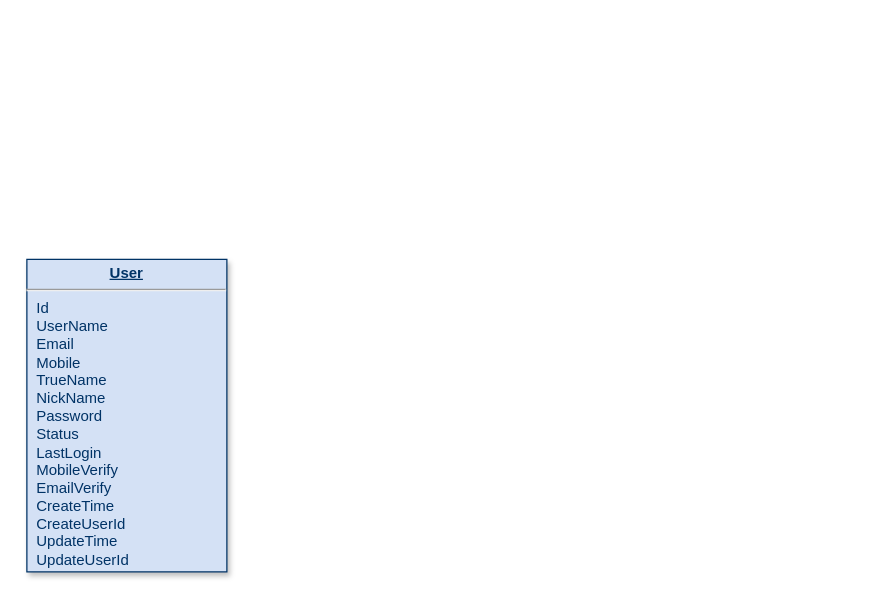
This is 权限类图.drawio from khhily/diagrams, a draw.io file, before an edit. Source tidied: cells renumbered, new cells numbered last; positions are measured from the earlier drawing's top-left corner, leaving out a move shared by most shapes. Both pictures are drawn from the tidied source at 125%, with x=0, y=0 at pixel (26, 259).
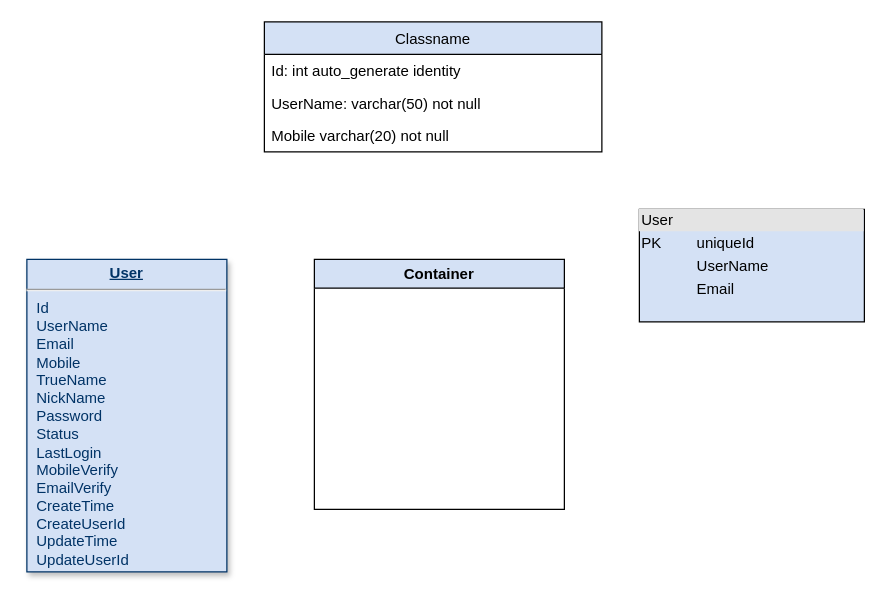
Above is the later version.

Commit message:
更新权限类图.drawio

What changed in the source:
```diff
@@
 <mxGraphModel background="#ffffff">
   <root>
     <mxCell id="0" />
     <mxCell id="1" parent="0" />
     <mxCell id="2" value="&lt;p style=&quot;margin: 0px ; margin-top: 4px ; text-align: center ; text-decoration: underline&quot;&gt;&lt;strong&gt;User&lt;/strong&gt;&lt;/p&gt;&lt;hr&gt;&lt;p style=&quot;margin: 0px ; margin-left: 8px&quot;&gt;Id&lt;/p&gt;&lt;p style=&quot;margin: 0px ; margin-left: 8px&quot;&gt;UserName&lt;/p&gt;&lt;p style=&quot;margin: 0px ; margin-left: 8px&quot;&gt;Email&lt;/p&gt;&lt;p style=&quot;margin: 0px ; margin-left: 8px&quot;&gt;Mobile&lt;/p&gt;&lt;p style=&quot;margin: 0px ; margin-left: 8px&quot;&gt;TrueName&lt;/p&gt;&lt;p style=&quot;margin: 0px ; margin-left: 8px&quot;&gt;NickName&lt;/p&gt;&lt;p style=&quot;margin: 0px ; margin-left: 8px&quot;&gt;Password&lt;/p&gt;&lt;p style=&quot;margin: 0px ; margin-left: 8px&quot;&gt;&lt;span&gt;Status&lt;/span&gt;&lt;br&gt;&lt;/p&gt;&lt;p style=&quot;margin: 0px ; margin-left: 8px&quot;&gt;LastLogin&lt;/p&gt;&lt;p style=&quot;margin: 0px ; margin-left: 8px&quot;&gt;MobileVerify&lt;/p&gt;&lt;p style=&quot;margin: 0px ; margin-left: 8px&quot;&gt;EmailVerify&lt;/p&gt;&lt;p style=&quot;margin: 0px 0px 0px 8px&quot;&gt;CreateTime&lt;/p&gt;&lt;p style=&quot;margin: 0px 0px 0px 8px&quot;&gt;CreateUserId&lt;br&gt;&lt;/p&gt;&lt;p style=&quot;margin: 0px 0px 0px 8px&quot;&gt;UpdateTime&lt;/p&gt;&lt;p style=&quot;margin: 0px 0px 0px 8px&quot;&gt;UpdateUserId&lt;/p&gt;" style="verticalAlign=top;align=left;overflow=fill;fontSize=12;fontFamily=Helvetica;html=1;strokeColor=#003366;shadow=1;fillColor=#D4E1F5;fontColor=#003366;" parent="1" vertex="1">
       <mxGeometry width="160" height="250" as="geometry" />
     </mxCell>
+    <mxCell id="3" value="Container" style="swimlane;fillColor=#D4E1F5;" parent="1" vertex="1">
+      <mxGeometry x="230" width="200" height="200" as="geometry" />
+    </mxCell>
+    <mxCell id="4" value="Classname" style="swimlane;fontStyle=0;horizontal=1;startSize=26;fillColor=#D4E1F5;" parent="1" vertex="1">
+      <mxGeometry x="190" y="-190" width="270" height="104" as="geometry" />
+    </mxCell>
+    <mxCell id="5" value="Id: int auto_generate identity" style="text;strokeColor=none;fillColor=none;align=left;verticalAlign=top;spacingLeft=4;spacingRight=4;overflow=hidden;" parent="4" vertex="1">
+      <mxGeometry y="26" width="270" height="26" as="geometry" />
+    </mxCell>
+    <mxCell id="6" value="UserName: varchar(50) not null" style="text;strokeColor=none;fillColor=none;align=left;verticalAlign=top;spacingLeft=4;spacingRight=4;overflow=hidden;" parent="4" vertex="1">
+      <mxGeometry y="52" width="270" height="26" as="geometry" />
+    </mxCell>
+    <mxCell id="7" value="Mobile varchar(20) not null" style="text;strokeColor=none;fillColor=none;align=left;verticalAlign=top;spacingLeft=4;spacingRight=4;overflow=hidden;" parent="4" vertex="1">
+      <mxGeometry y="78" width="270" height="26" as="geometry" />
+    </mxCell>
+    <mxCell id="8" value="&lt;div style=&quot;box-sizing: border-box ; width: 100% ; background: #e4e4e4 ; padding: 2px&quot;&gt;User&lt;/div&gt;&lt;table style=&quot;width: 100% ; font-size: 1em&quot; cellpadding=&quot;2&quot; cellspacing=&quot;0&quot;&gt;&lt;tbody&gt;&lt;tr&gt;&lt;td&gt;PK&lt;/td&gt;&lt;td&gt;uniqueId&lt;/td&gt;&lt;/tr&gt;&lt;tr&gt;&lt;td&gt;&lt;br&gt;&lt;/td&gt;&lt;td&gt;UserName&lt;/td&gt;&lt;/tr&gt;&lt;tr&gt;&lt;td&gt;&lt;/td&gt;&lt;td&gt;Email&lt;br&gt;&lt;/td&gt;&lt;/tr&gt;&lt;/tbody&gt;&lt;/table&gt;" style="verticalAlign=top;align=left;overflow=fill;html=1;fillColor=#D4E1F5;" parent="1" vertex="1">
+      <mxGeometry x="490" y="-40" width="180" height="90" as="geometry" />
+    </mxCell>
   </root>
 </mxGraphModel>
```
